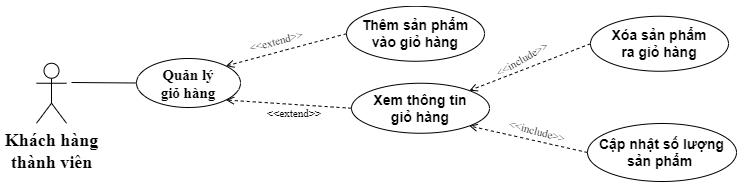
The draw.io diagram SODO/Usecase/QL Giỏ hàng.drawio.png in khuevotan/TaiCamRanh_DATN, before a commit. Source tidied: cells renumbered, new cells last; positions are measured from the earlier drawing's top-left corner, leaving out a move shared by most shapes.
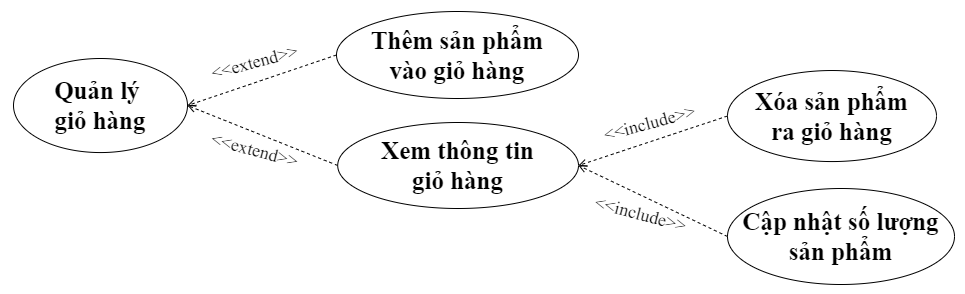
Above is the later version.

The edit, as a diff of the source:
```diff
@@ -2,52 +2,44 @@
   <root>
     <mxCell id="0" />
     <mxCell id="1" parent="0" />
-    <mxCell id="2" value="&lt;font style=&quot;font-size: 18px;&quot;&gt;Khách hàng &lt;br style=&quot;&quot;&gt;thành viên&lt;/font&gt;" style="shape=umlActor;verticalLabelPosition=bottom;verticalAlign=top;html=1;fontFamily=Times New Roman;fontSize=15;fontStyle=1;" parent="1" vertex="1">
-      <mxGeometry y="56.8" width="30" height="60" as="geometry" />
-    </mxCell>
+    <mxCell id="5" value="&lt;b style=&quot;font-size: 25px;&quot;&gt;Thêm sản phẩm&lt;br&gt;vào giỏ hàng&lt;br&gt;&lt;/b&gt;" style="ellipse;whiteSpace=wrap;html=1;fontSize=25;fontFamily=Times New Roman;" parent="1" vertex="1">
+      <mxGeometry x="494" y="259" width="242" height="87" as="geometry" />
+    </mxCell>
+    <mxCell id="10" value="Cập nhật số lượng&lt;br&gt;sản phẩm" style="ellipse;whiteSpace=wrap;html=1;fontSize=25;fontFamily=Times New Roman;fontStyle=1;" parent="1" vertex="1">
+      <mxGeometry x="885" y="436" width="227" height="96" as="geometry" />
+    </mxCell>
+    <mxCell id="6" style="edgeStyle=none;html=1;endArrow=open;verticalAlign=bottom;dashed=1;labelBackgroundColor=none;rounded=0;exitX=0;exitY=0.5;exitDx=0;exitDy=0;fontSize=25;entryX=1;entryY=0.5;entryDx=0;entryDy=0;" parent="1" edge="1" source="5" target="3">
+      <mxGeometry relative="1" as="geometry" />
+    </mxCell>
-    <mxCell id="3" value="Quản lý &lt;br&gt;giỏ hàng" style="ellipse;whiteSpace=wrap;html=1;fontFamily=Times New Roman;fontSize=15;fontStyle=1;" parent="1" vertex="1">
-      <mxGeometry x="100" y="52" width="104" height="49" as="geometry" />
+    <mxCell id="3" value="Quản lý&amp;nbsp;&lt;br&gt;giỏ hàng" style="ellipse;whiteSpace=wrap;html=1;fontSize=25;fontFamily=Times New Roman;fontStyle=1;" parent="1" vertex="1">
+      <mxGeometry x="171" y="306" width="174" height="94.1" as="geometry" />
     </mxCell>
-    <mxCell id="4" style="endArrow=none;html=1;rounded=0;exitX=0;exitY=0.5;exitDx=0;exitDy=0;fontSize=15;" parent="1" edge="1" source="3">
-      <mxGeometry relative="1" as="geometry">
-        <mxPoint x="35" y="76" as="targetPoint" />
-      </mxGeometry>
-    </mxCell>
-    <mxCell id="5" value="&lt;b&gt;Thêm sản phẩm &lt;br&gt;vào giỏ hàng&lt;/b&gt;" style="ellipse;whiteSpace=wrap;html=1;fontSize=14;" parent="1" vertex="1">
-      <mxGeometry x="310" y="-0.2" width="138" height="55" as="geometry" />
-    </mxCell>
-    <mxCell id="6" style="edgeStyle=none;html=1;endArrow=open;verticalAlign=bottom;dashed=1;labelBackgroundColor=none;rounded=0;fontSize=15;entryX=1;entryY=0;entryDx=0;entryDy=0;exitX=0;exitY=0.5;exitDx=0;exitDy=0;" parent="1" edge="1" source="5" target="3">
-      <mxGeometry relative="1" as="geometry" />
-    </mxCell>
-    <mxCell id="7" value="&lt;font style=&quot;font-size: 11px;&quot;&gt;&amp;lt;&amp;lt;extend&amp;gt;&amp;gt;&lt;/font&gt;" style="text;html=1;strokeColor=none;fillColor=none;align=center;verticalAlign=middle;whiteSpace=wrap;rounded=0;fontFamily=Times New Roman;fontSize=11;rotation=0;fontStyle=0;" parent="1" vertex="1">
-      <mxGeometry x="228" y="92" width="60" height="30" as="geometry" />
-    </mxCell>
-    <mxCell id="8" value="&lt;b&gt;Xóa sản phẩm &lt;br&gt;ra giỏ hàng&lt;/b&gt;" style="ellipse;whiteSpace=wrap;html=1;fontSize=14;" parent="1" vertex="1">
-      <mxGeometry x="554" y="9.8" width="138" height="55" as="geometry" />
-    </mxCell>
-    <mxCell id="9" style="edgeStyle=none;html=1;endArrow=open;verticalAlign=bottom;dashed=1;labelBackgroundColor=none;rounded=0;fontSize=15;entryX=1;entryY=0;entryDx=0;entryDy=0;exitX=0;exitY=0.5;exitDx=0;exitDy=0;" parent="1" edge="1" source="8" target="12">
-      <mxGeometry relative="1" as="geometry" />
-    </mxCell>
-    <mxCell id="10" value="&lt;b&gt;Cập nhật số lượng sản phẩm&amp;nbsp;&lt;/b&gt;" style="ellipse;whiteSpace=wrap;html=1;fontSize=14;" parent="1" vertex="1">
-      <mxGeometry x="551" y="117" width="149" height="58" as="geometry" />
-    </mxCell>
-    <mxCell id="11" style="edgeStyle=none;html=1;endArrow=open;verticalAlign=bottom;dashed=1;labelBackgroundColor=none;rounded=0;fontSize=15;exitX=0;exitY=0.5;exitDx=0;exitDy=0;entryX=1;entryY=1;entryDx=0;entryDy=0;" parent="1" edge="1" source="10" target="12">
-      <mxGeometry relative="1" as="geometry" />
-    </mxCell>
+    <mxCell id="17" value="&lt;font style=&quot;font-size: 18px;&quot;&gt;&amp;lt;&amp;lt;extend&amp;gt;&amp;gt;&lt;/font&gt;" style="text;html=1;strokeColor=none;fillColor=none;align=center;verticalAlign=middle;whiteSpace=wrap;rounded=0;fontFamily=Times New Roman;fontSize=18;rotation=-15;fontStyle=0;" parent="1" vertex="1">
+      <mxGeometry x="372" y="293" width="81" height="34.1" as="geometry" />
+    </mxCell>
+    <mxCell id="18" value="&lt;font style=&quot;font-size: 18px;&quot;&gt;&amp;lt;&amp;lt;extend&amp;gt;&amp;gt;&lt;/font&gt;" style="text;html=1;strokeColor=none;fillColor=none;align=center;verticalAlign=middle;whiteSpace=wrap;rounded=0;fontFamily=Times New Roman;fontSize=18;rotation=15;fontStyle=0;" parent="1" vertex="1">
+      <mxGeometry x="372" y="381" width="81" height="34.1" as="geometry" />
+    </mxCell>
-    <mxCell id="12" value="&lt;b&gt;Xem thông tin &lt;br&gt;giỏ hàng&lt;/b&gt;" style="ellipse;whiteSpace=wrap;html=1;fontSize=14;" parent="1" vertex="1">
-      <mxGeometry x="315" y="76.8" width="138" height="50" as="geometry" />
+    <mxCell id="12" value="&lt;b&gt;Xem thông tin &lt;br&gt;giỏ hàng&lt;/b&gt;" style="ellipse;whiteSpace=wrap;html=1;fontSize=25;fontFamily=Times New Roman;" parent="1" vertex="1">
+      <mxGeometry x="495.2" y="370" width="240.8" height="86" as="geometry" />
     </mxCell>
-    <mxCell id="13" style="edgeStyle=none;html=1;endArrow=open;verticalAlign=bottom;dashed=1;labelBackgroundColor=none;rounded=0;fontSize=15;entryX=1;entryY=1;entryDx=0;entryDy=0;exitX=0;exitY=0.5;exitDx=0;exitDy=0;" parent="1" edge="1" source="12" target="3">
+    <mxCell id="13" style="edgeStyle=none;html=1;endArrow=open;verticalAlign=bottom;dashed=1;labelBackgroundColor=none;rounded=0;exitX=0;exitY=0.5;exitDx=0;exitDy=0;fontSize=25;entryX=1;entryY=0.5;entryDx=0;entryDy=0;" parent="1" edge="1" source="12" target="3">
       <mxGeometry relative="1" as="geometry" />
     </mxCell>
-    <mxCell id="14" value="&lt;font style=&quot;font-size: 11px;&quot;&gt;&amp;lt;&amp;lt;extend&amp;gt;&amp;gt;&lt;/font&gt;" style="text;html=1;strokeColor=none;fillColor=none;align=center;verticalAlign=middle;whiteSpace=wrap;rounded=0;fontFamily=Times New Roman;fontSize=11;rotation=-15;fontStyle=0;" parent="1" vertex="1">
-      <mxGeometry x="210" y="22" width="60" height="25.2" as="geometry" />
-    </mxCell>
-    <mxCell id="15" value="&lt;font style=&quot;font-size: 11px;&quot;&gt;&amp;lt;&amp;lt;include&amp;gt;&amp;gt;&lt;/font&gt;" style="text;html=1;strokeColor=none;fillColor=none;align=center;verticalAlign=middle;whiteSpace=wrap;rounded=0;fontFamily=Times New Roman;fontSize=11;rotation=-30;fontStyle=0;" parent="1" vertex="1">
-      <mxGeometry x="456" y="38" width="60" height="30" as="geometry" />
-    </mxCell>
-    <mxCell id="16" value="&lt;font style=&quot;font-size: 11px;&quot;&gt;&amp;lt;&amp;lt;include&amp;gt;&amp;gt;&lt;/font&gt;" style="text;html=1;strokeColor=none;fillColor=none;align=center;verticalAlign=middle;whiteSpace=wrap;rounded=0;fontFamily=Times New Roman;fontSize=11;rotation=15;fontStyle=0;" parent="1" vertex="1">
-      <mxGeometry x="471" y="110" width="60" height="30" as="geometry" />
-    </mxCell>
+    <mxCell id="8" value="Xóa sản phẩm&lt;br&gt;ra giỏ hàng" style="ellipse;whiteSpace=wrap;html=1;fontSize=25;fontFamily=Times New Roman;fontStyle=1;" parent="1" vertex="1">
+      <mxGeometry x="885" y="318" width="209" height="91" as="geometry" />
+    </mxCell>
+    <mxCell id="11" style="edgeStyle=none;html=1;endArrow=open;verticalAlign=bottom;dashed=1;labelBackgroundColor=none;rounded=0;exitX=0;exitY=0.5;exitDx=0;exitDy=0;fontSize=25;entryX=1;entryY=0.5;entryDx=0;entryDy=0;" parent="1" edge="1" source="10" target="12">
+      <mxGeometry relative="1" as="geometry" />
+    </mxCell>
+    <mxCell id="9" style="edgeStyle=none;html=1;endArrow=open;verticalAlign=bottom;dashed=1;labelBackgroundColor=none;rounded=0;exitX=0;exitY=0.5;exitDx=0;exitDy=0;fontSize=25;entryX=1;entryY=0.5;entryDx=0;entryDy=0;" parent="1" edge="1" source="8" target="12">
+      <mxGeometry relative="1" as="geometry" />
+    </mxCell>
+    <mxCell id="19" value="&lt;font style=&quot;font-size: 18px;&quot;&gt;&amp;lt;&amp;lt;include&amp;gt;&amp;gt;&lt;/font&gt;" style="text;html=1;strokeColor=none;fillColor=none;align=center;verticalAlign=middle;whiteSpace=wrap;rounded=0;fontFamily=Times New Roman;fontSize=18;rotation=-15;fontStyle=0;" parent="1" vertex="1">
+      <mxGeometry x="767" y="354" width="81" height="34.1" as="geometry" />
+    </mxCell>
+    <mxCell id="20" value="&lt;font style=&quot;font-size: 18px;&quot;&gt;&amp;lt;&amp;lt;include&amp;gt;&amp;gt;&lt;/font&gt;" style="text;html=1;strokeColor=none;fillColor=none;align=center;verticalAlign=middle;whiteSpace=wrap;rounded=0;fontFamily=Times New Roman;fontSize=18;rotation=15;fontStyle=0;" parent="1" vertex="1">
+      <mxGeometry x="758" y="445" width="81" height="34.1" as="geometry" />
+    </mxCell>
   </root>
 </mxGraphModel>
```
